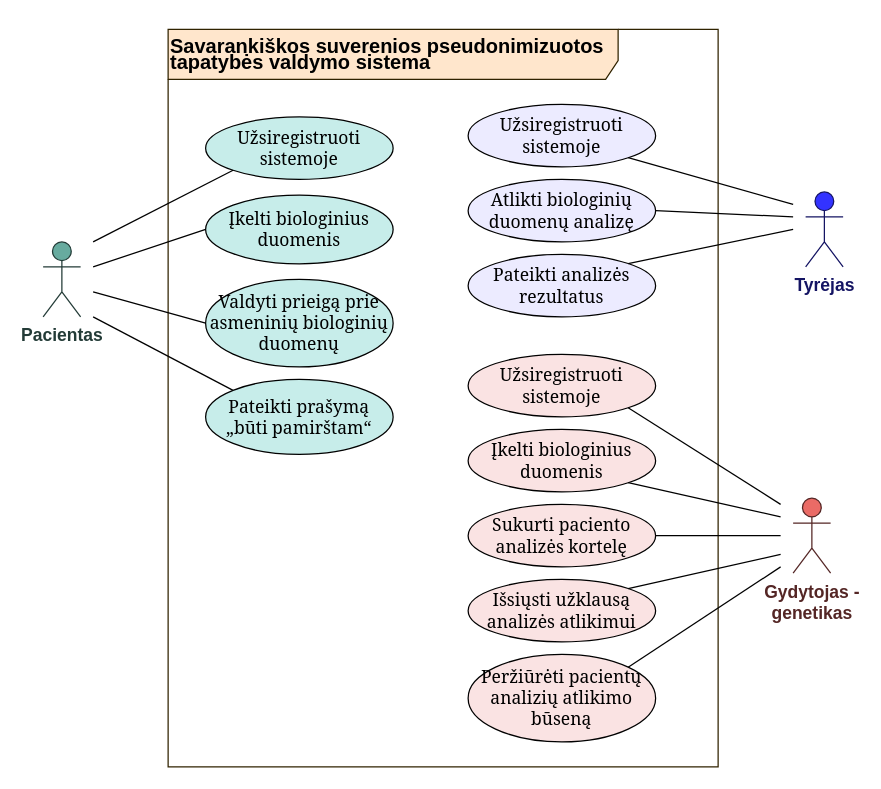
The draw.io diagram Diagrams/PAM.drawio in dansta0804/dansta08.github.io, before the edit. Source tidied: cells renumbered, new cells numbered last; positions are measured from the earlier drawing's top-left corner, leaving out a move shared by most shapes. Both pictures are drawn from the tidied source at 125%, with x=0, y=0 at pixel (42, 29).
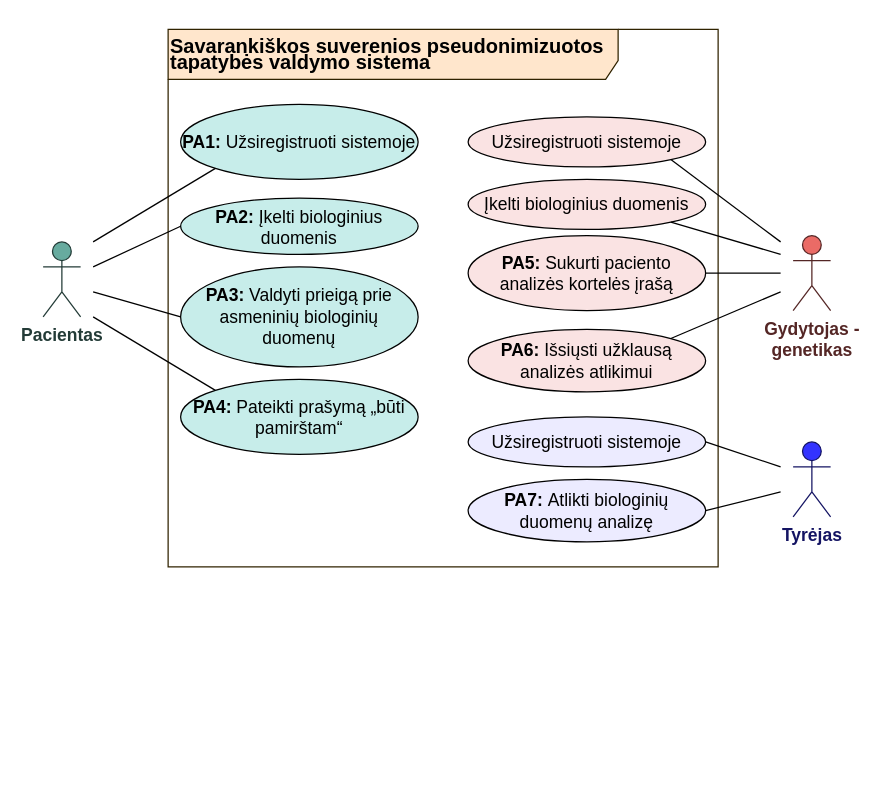
After the change.

What changed in the source:
```diff
@@
     <mxCell id="3" value="&lt;p style=&quot;line-height: 90%;&quot;&gt;&lt;span style=&quot;font-size: 16px;&quot;&gt;&lt;b&gt;Savarankiškos suverenios pseudonimizuotos tapatybės&amp;nbsp;&lt;/b&gt;&lt;/span&gt;&lt;b style=&quot;font-size: 16px; background-color: transparent; color: light-dark(rgb(0, 0, 0), rgb(255, 255, 255));&quot;&gt;valdymo sistema&lt;/b&gt;&lt;/p&gt;" style="shape=umlFrame;whiteSpace=wrap;html=1;width=360;height=40;align=left;fillColor=#ffe6cc;strokeColor=#302300;fontSize=14;" parent="1" vertex="1">
-      <mxGeometry x="100" width="440" height="590" as="geometry" />
+      <mxGeometry x="100" width="440" height="430" as="geometry" />
     </mxCell>
-    <mxCell id="4" value="&lt;font face=&quot;Georgia&quot;&gt;Užsiregistruoti sistemoje&lt;/font&gt;" style="ellipse;whiteSpace=wrap;html=1;fillColor=#C7EDEA;fontSize=14;" parent="1" vertex="1">
-      <mxGeometry x="130" y="70" width="150" height="50" as="geometry" />
+    <mxCell id="4" value="&lt;font face=&quot;Helvetica&quot;&gt;&lt;b style=&quot;&quot;&gt;PA1: &lt;/b&gt;Užsiregistruoti sistemoje&lt;/font&gt;" style="ellipse;whiteSpace=wrap;html=1;fillColor=#C7EDEA;fontSize=14;" parent="1" vertex="1">
+      <mxGeometry x="110" y="60" width="190" height="60" as="geometry" />
     </mxCell>
-    <mxCell id="5" value="&lt;font face=&quot;Georgia&quot;&gt;Įkelti biologinius duomenis&lt;/font&gt;" style="ellipse;whiteSpace=wrap;html=1;fillColor=#C7EDEA;fontSize=14;" parent="1" vertex="1">
-      <mxGeometry x="130" y="132.5" width="150" height="55" as="geometry" />
+    <mxCell id="5" value="&lt;font face=&quot;Helvetica&quot;&gt;&lt;b&gt;PA2: &lt;/b&gt;Įkelti biologinius duomenis&lt;/font&gt;" style="ellipse;whiteSpace=wrap;html=1;fillColor=#C7EDEA;fontSize=14;" parent="1" vertex="1">
+      <mxGeometry x="110" y="135" width="190" height="45" as="geometry" />
     </mxCell>
@@
     <mxCell id="8" value="&lt;b style=&quot;font-size: 14px;&quot;&gt;&lt;font color=&quot;#542625&quot; style=&quot;font-size: 14px;&quot;&gt;Gydytojas -&lt;/font&gt;&lt;/b&gt;&lt;div&gt;&lt;b style=&quot;background-color: transparent; color: light-dark(rgb(0, 0, 0), rgb(255, 255, 255));&quot;&gt;&lt;font color=&quot;#542625&quot;&gt;genetikas&lt;/font&gt;&lt;/b&gt;&lt;/div&gt;" style="shape=umlActor;verticalLabelPosition=bottom;verticalAlign=top;html=1;fillColor=#EA6B66;strokeColor=#542625;fontSize=14;" parent="1" vertex="1">
-      <mxGeometry x="600" y="375" width="30" height="60" as="geometry" />
+      <mxGeometry x="600" y="165" width="30" height="60" as="geometry" />
     </mxCell>
-    <mxCell id="9" value="&lt;font face=&quot;Georgia&quot;&gt;Įkelti biologinius duomenis&lt;/font&gt;" style="ellipse;whiteSpace=wrap;html=1;fillColor=#FAE3E3;fontSize=14;" parent="1" vertex="1">
-      <mxGeometry x="340" y="320" width="150" height="50" as="geometry" />
+    <mxCell id="9" value="&lt;font face=&quot;Helvetica&quot;&gt;Įkelti biologinius duomenis&lt;/font&gt;" style="ellipse;whiteSpace=wrap;html=1;fillColor=#FAE3E3;fontSize=14;" parent="1" vertex="1">
+      <mxGeometry x="340" y="120" width="190" height="40" as="geometry" />
     </mxCell>
-    <mxCell id="10" value="&lt;font face=&quot;Georgia&quot;&gt;Sukurti paciento&lt;/font&gt;&lt;div&gt;&lt;font face=&quot;Georgia&quot;&gt;analizės kortelę&lt;/font&gt;&lt;/div&gt;" style="ellipse;whiteSpace=wrap;html=1;fillColor=#FAE3E3;fontSize=14;" parent="1" vertex="1">
-      <mxGeometry x="340" y="380" width="150" height="50" as="geometry" />
+    <mxCell id="10" value="&lt;font face=&quot;Helvetica&quot;&gt;&lt;b&gt;PA5:&lt;/b&gt; Sukurti paciento&lt;/font&gt;&lt;div&gt;&lt;font face=&quot;Helvetica&quot;&gt;analizės kortelės įrašą&lt;/font&gt;&lt;/div&gt;" style="ellipse;whiteSpace=wrap;html=1;fillColor=#FAE3E3;fontSize=14;" parent="1" vertex="1">
+      <mxGeometry x="340" y="165" width="190" height="60" as="geometry" />
     </mxCell>
-    <mxCell id="11" value="&lt;font face=&quot;Georgia&quot;&gt;Išsiųsti užklausą analizės atlikimui&lt;/font&gt;" style="ellipse;whiteSpace=wrap;html=1;fillColor=#FAE3E3;fontSize=14;" parent="1" vertex="1">
-      <mxGeometry x="340" y="440" width="150" height="50" as="geometry" />
+    <mxCell id="11" value="&lt;font face=&quot;Helvetica&quot;&gt;&lt;b&gt;PA6: &lt;/b&gt;Išsiųsti užklausą analizės atlikimui&lt;/font&gt;" style="ellipse;whiteSpace=wrap;html=1;fillColor=#FAE3E3;fontSize=14;" parent="1" vertex="1">
+      <mxGeometry x="340" y="240" width="190" height="50" as="geometry" />
     </mxCell>
     <mxCell id="12" style="endArrow=none;endFill=1;endSize=12;html=1;rounded=0;entryX=1;entryY=1;entryDx=0;entryDy=0;fontSize=14;startFill=0;" parent="1" edge="1" target="9">
       <mxGeometry relative="1" as="geometry">
-        <mxPoint x="590" y="390" as="sourcePoint" />
+        <mxPoint x="590" y="180" as="sourcePoint" />
       </mxGeometry>
     </mxCell>
-    <mxCell id="13" value="&lt;font face=&quot;Georgia&quot;&gt;Peržiūrėti pacientų analizių atlikimo&lt;/font&gt;&lt;div&gt;&lt;font face=&quot;Georgia&quot;&gt;būseną&lt;/font&gt;&lt;/div&gt;" style="ellipse;whiteSpace=wrap;html=1;fillColor=#FAE3E3;fontSize=14;" parent="1" vertex="1">
-      <mxGeometry x="340" y="500" width="150" height="70" as="geometry" />
-    </mxCell>
-    <mxCell id="14" value="&lt;font face=&quot;Georgia&quot;&gt;Užsiregistruoti sistemoje&lt;/font&gt;" style="ellipse;whiteSpace=wrap;html=1;fillColor=#FAE3E3;fontSize=14;" parent="1" vertex="1">
-      <mxGeometry x="340" y="260" width="150" height="50" as="geometry" />
+    <mxCell id="14" value="&lt;font face=&quot;Helvetica&quot;&gt;Užsiregistruoti sistemoje&lt;/font&gt;" style="ellipse;whiteSpace=wrap;html=1;fillColor=#FAE3E3;fontSize=14;" parent="1" vertex="1">
+      <mxGeometry x="340" y="70" width="190" height="40" as="geometry" />
     </mxCell>
     <mxCell id="15" style="endArrow=none;endFill=1;endSize=12;html=1;rounded=0;entryX=1;entryY=1;entryDx=0;entryDy=0;fontSize=14;startFill=0;" parent="1" edge="1" target="14">
       <mxGeometry relative="1" as="geometry">
-        <mxPoint x="590" y="380" as="sourcePoint" />
+        <mxPoint x="590" y="170" as="sourcePoint" />
       </mxGeometry>
     </mxCell>
     <mxCell id="16" value="&lt;b style=&quot;font-size: 14px;&quot;&gt;&lt;font color=&quot;#141463&quot; style=&quot;font-size: 14px;&quot;&gt;Tyrėjas&lt;/font&gt;&lt;/b&gt;" style="shape=umlActor;verticalLabelPosition=bottom;verticalAlign=top;html=1;fillColor=#3333FF;strokeColor=#141463;fontSize=14;" parent="1" vertex="1">
-      <mxGeometry x="610" y="130" width="30" height="60" as="geometry" />
+      <mxGeometry x="600" y="330" width="30" height="60" as="geometry" />
     </mxCell>
-    <mxCell id="17" value="&lt;font face=&quot;Georgia&quot;&gt;Užsiregistruoti&lt;/font&gt;&lt;div&gt;&lt;font face=&quot;Georgia&quot;&gt;sistemoje&lt;/font&gt;&lt;/div&gt;" style="ellipse;whiteSpace=wrap;html=1;fillColor=#ECEBFF;fontSize=14;" parent="1" vertex="1">
-      <mxGeometry x="340" y="60" width="150" height="50" as="geometry" />
+    <mxCell id="17" value="&lt;font face=&quot;Helvetica&quot;&gt;Užsiregistruoti&amp;nbsp;&lt;/font&gt;&lt;span style=&quot;background-color: transparent; color: light-dark(rgb(0, 0, 0), rgb(255, 255, 255));&quot;&gt;sistemoje&lt;/span&gt;" style="ellipse;whiteSpace=wrap;html=1;fillColor=#ECEBFF;fontSize=14;" parent="1" vertex="1">
+      <mxGeometry x="340" y="310" width="190" height="40" as="geometry" />
     </mxCell>
-    <mxCell id="18" style="endArrow=none;endFill=1;endSize=12;html=1;rounded=0;entryX=1;entryY=1;entryDx=0;entryDy=0;fontSize=14;startFill=0;" parent="1" edge="1" target="17">
+    <mxCell id="18" style="endArrow=none;endFill=1;endSize=12;html=1;rounded=0;entryX=1;entryY=0.5;entryDx=0;entryDy=0;fontSize=14;startFill=0;" parent="1" edge="1" target="17">
       <mxGeometry relative="1" as="geometry">
-        <mxPoint x="600" y="140" as="sourcePoint" />
+        <mxPoint x="590" y="350" as="sourcePoint" />
       </mxGeometry>
     </mxCell>
-    <mxCell id="19" value="&lt;font style=&quot;line-height: 0%;&quot; face=&quot;Georgia&quot;&gt;Valdyti prieigą prie asmeninių biologinių duomenų&lt;/font&gt;" style="ellipse;whiteSpace=wrap;html=1;fillColor=#C7EDEA;fontSize=14;" parent="1" vertex="1">
-      <mxGeometry x="130" y="200" width="150" height="70" as="geometry" />
+    <mxCell id="19" value="&lt;font face=&quot;Helvetica&quot; style=&quot;line-height: 0%;&quot;&gt;&lt;b&gt;PA3:&lt;/b&gt; Valdyti prieigą prie asmeninių biologinių duomenų&lt;/font&gt;" style="ellipse;whiteSpace=wrap;html=1;fillColor=#C7EDEA;fontSize=14;" parent="1" vertex="1">
+      <mxGeometry x="110" y="190" width="190" height="80" as="geometry" />
     </mxCell>
@@
-    <mxCell id="22" value="&lt;font style=&quot;line-height: 0%;&quot; face=&quot;Georgia&quot;&gt;Pateikti prašymą „būti pamirštam“&lt;/font&gt;" style="ellipse;whiteSpace=wrap;html=1;fillColor=#C7EDEA;fontSize=14;" parent="1" vertex="1">
-      <mxGeometry x="130" y="280" width="150" height="60" as="geometry" />
+    <mxCell id="22" value="&lt;font face=&quot;Helvetica&quot; style=&quot;line-height: 0%;&quot;&gt;&lt;b&gt;PA4: &lt;/b&gt;Pateikti prašymą „būti pamirštam“&lt;/font&gt;" style="ellipse;whiteSpace=wrap;html=1;fillColor=#C7EDEA;fontSize=14;" parent="1" vertex="1">
+      <mxGeometry x="110" y="280" width="190" height="60" as="geometry" />
     </mxCell>
-    <mxCell id="23" value="&lt;font face=&quot;Georgia&quot;&gt;Atlikti biologinių duomenų analizę&lt;/font&gt;" style="ellipse;whiteSpace=wrap;html=1;fillColor=#ECEBFF;fontSize=14;" parent="1" vertex="1">
-      <mxGeometry x="340" y="120" width="150" height="50" as="geometry" />
+    <mxCell id="23" value="&lt;font face=&quot;Helvetica&quot;&gt;&lt;b&gt;PA7: &lt;/b&gt;Atlikti biologinių duomenų analizę&lt;/font&gt;" style="ellipse;whiteSpace=wrap;html=1;fillColor=#ECEBFF;fontSize=14;" parent="1" vertex="1">
+      <mxGeometry x="340" y="360" width="190" height="50" as="geometry" />
     </mxCell>
-    <mxCell id="24" value="&lt;font face=&quot;Georgia&quot;&gt;Pateikti analizės rezultatus&lt;/font&gt;" style="ellipse;whiteSpace=wrap;html=1;fillColor=#ECEBFF;fontSize=14;" parent="1" vertex="1">
-      <mxGeometry x="340" y="180" width="150" height="50" as="geometry" />
-    </mxCell>
     <mxCell id="25" style="endArrow=none;endFill=1;endSize=12;html=1;rounded=0;entryX=1;entryY=0.5;entryDx=0;entryDy=0;fontSize=14;startFill=0;" parent="1" edge="1" target="23">
       <mxGeometry relative="1" as="geometry">
-        <mxPoint x="600" y="150" as="sourcePoint" />
+        <mxPoint x="590" y="370" as="sourcePoint" />
       </mxGeometry>
     </mxCell>
-    <mxCell id="26" style="endArrow=none;endFill=1;endSize=12;html=1;rounded=0;entryX=1;entryY=0;entryDx=0;entryDy=0;fontSize=14;startFill=0;" parent="1" edge="1" target="24">
-      <mxGeometry relative="1" as="geometry">
-        <mxPoint x="600" y="160" as="sourcePoint" />
-      </mxGeometry>
-    </mxCell>
     <mxCell id="27" style="endArrow=none;endFill=1;endSize=12;html=1;rounded=0;entryX=1;entryY=0.5;entryDx=0;entryDy=0;fontSize=14;startFill=0;" parent="1" edge="1" target="10">
       <mxGeometry relative="1" as="geometry">
-        <mxPoint x="590" y="405" as="sourcePoint" />
+        <mxPoint x="590" y="195" as="sourcePoint" />
       </mxGeometry>
     </mxCell>
     <mxCell id="28" style="endArrow=none;endFill=1;endSize=12;html=1;rounded=0;entryX=1;entryY=0;entryDx=0;entryDy=0;fontSize=14;startFill=0;" parent="1" edge="1" target="11">
       <mxGeometry relative="1" as="geometry">
-        <mxPoint x="590" y="420" as="sourcePoint" />
+        <mxPoint x="590" y="210" as="sourcePoint" />
       </mxGeometry>
     </mxCell>
-    <mxCell id="29" style="endArrow=none;endFill=1;endSize=12;html=1;rounded=0;entryX=1;entryY=0;entryDx=0;entryDy=0;fontSize=14;startFill=0;" parent="1" edge="1" target="13">
-      <mxGeometry relative="1" as="geometry">
-        <mxPoint x="590" y="430" as="sourcePoint" />
-      </mxGeometry>
-    </mxCell>
```
